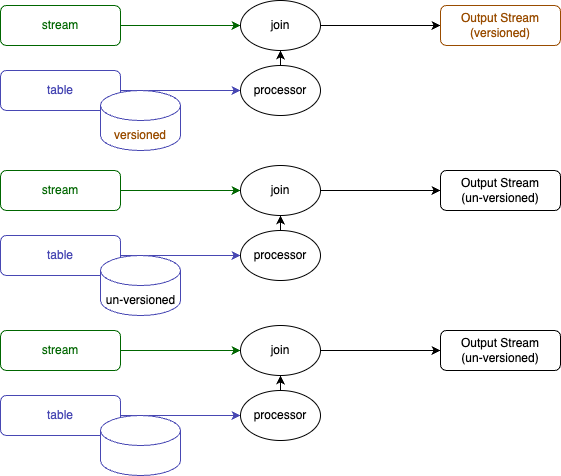
Before: img/kafka/kafka-streams-versioned-state-store-10.drawio.png, a diagram exported from draw.io (windowforsun/blog). Source tidied: cells renumbered, new cells last; positions are measured from the earlier drawing's top-left corner, leaving out a move shared by most shapes.
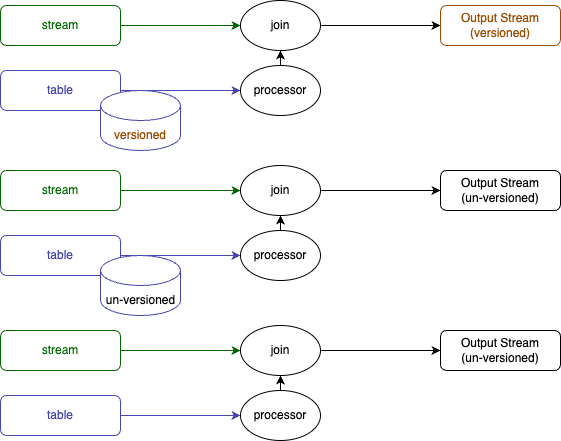
After the change.

Commit message:
kafka-streams-versioned-state-store-10.drawio.png이 추가되었습니다.

Diff of the diagram source:
```diff
@@ -89,9 +89,6 @@
     <mxCell id="30" value="&lt;div&gt;&lt;font color=&quot;#4747b3&quot;&gt;table&lt;/font&gt;&lt;/div&gt;" style="rounded=1;whiteSpace=wrap;html=1;strokeColor=#4747B3;fontColor=#006600;" parent="1" vertex="1">
       <mxGeometry y="395" width="120" height="40" as="geometry" />
     </mxCell>
-    <mxCell id="31" style="shape=cylinder3;whiteSpace=wrap;html=1;boundedLbl=1;backgroundOutline=1;size=15;strokeColor=#4747B3;" parent="1" vertex="1">
-      <mxGeometry x="100" y="415" width="80" height="60" as="geometry" />
-    </mxCell>
     <mxCell id="32" value="processor" style="ellipse;whiteSpace=wrap;html=1;strokeColor=#000000;" parent="1" vertex="1">
       <mxGeometry x="240" y="390" width="80" height="50" as="geometry" />
     </mxCell>
```
